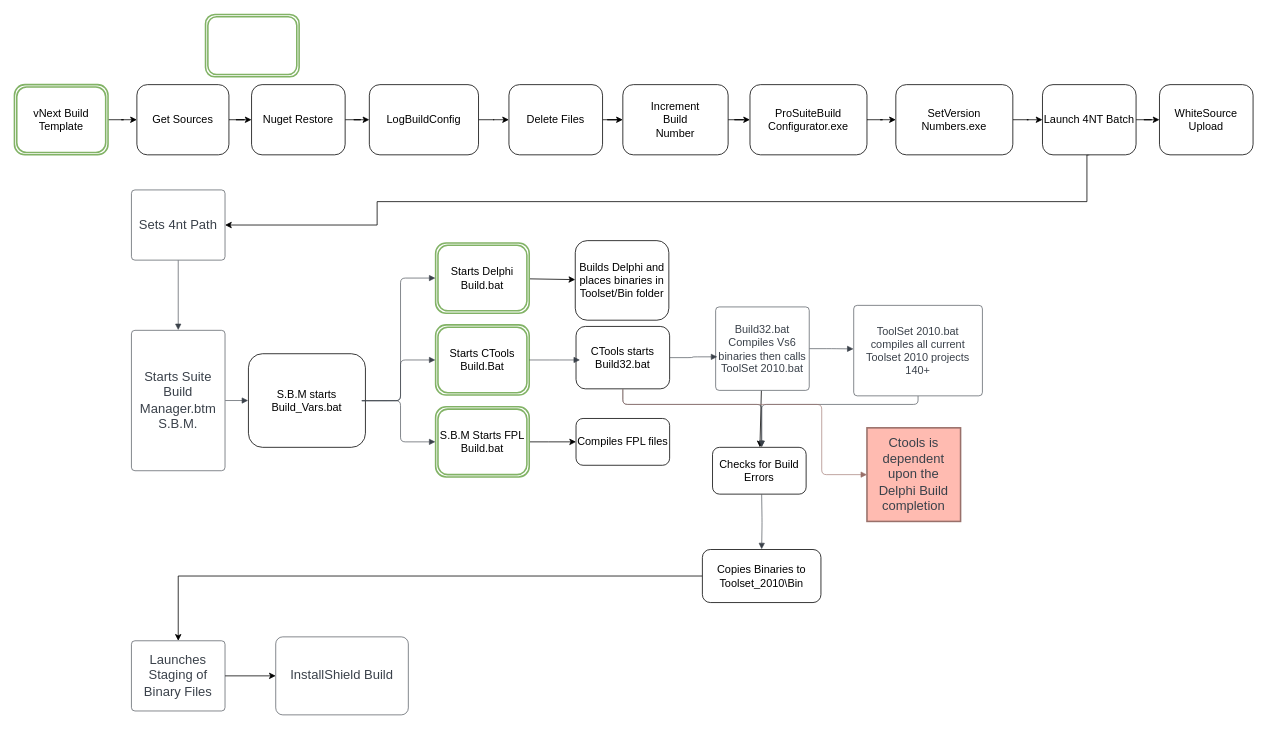
Earlier version of the draw.io diagram Untitled Diagram.drawio (joesalamy/DrawIO). Source tidied: cells renumbered, new cells numbered last; positions are measured from the earlier drawing's top-left corner, leaving out a move shared by most shapes. Both pictures are drawn from the tidied source at 78%, with x=0, y=0 at pixel (14, 14).
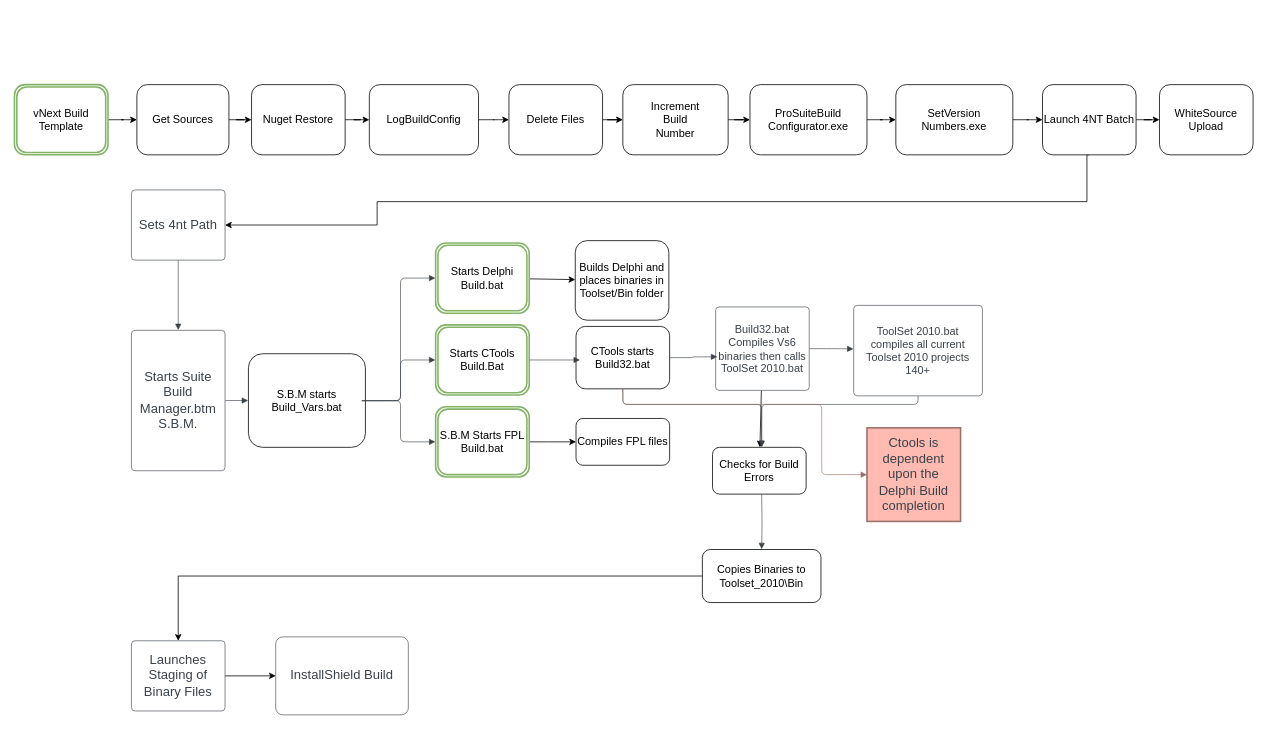
After the change.

Commit message:
LaserPro Build Flow.drawio

Diff of the diagram source:
```diff
@@
-    <mxCell id="54" style="shape=ext;double=1;rounded=1;whiteSpace=wrap;html=1;fontFamily=Helvetica;fontSize=14;strokeColor=#82b366;fillColor=none;strokeWidth=2;glass=1;sketch=0;shadow=0;" parent="1" vertex="1">
-      <mxGeometry x="245" width="120" height="80" as="geometry" />
-    </mxCell>
```
